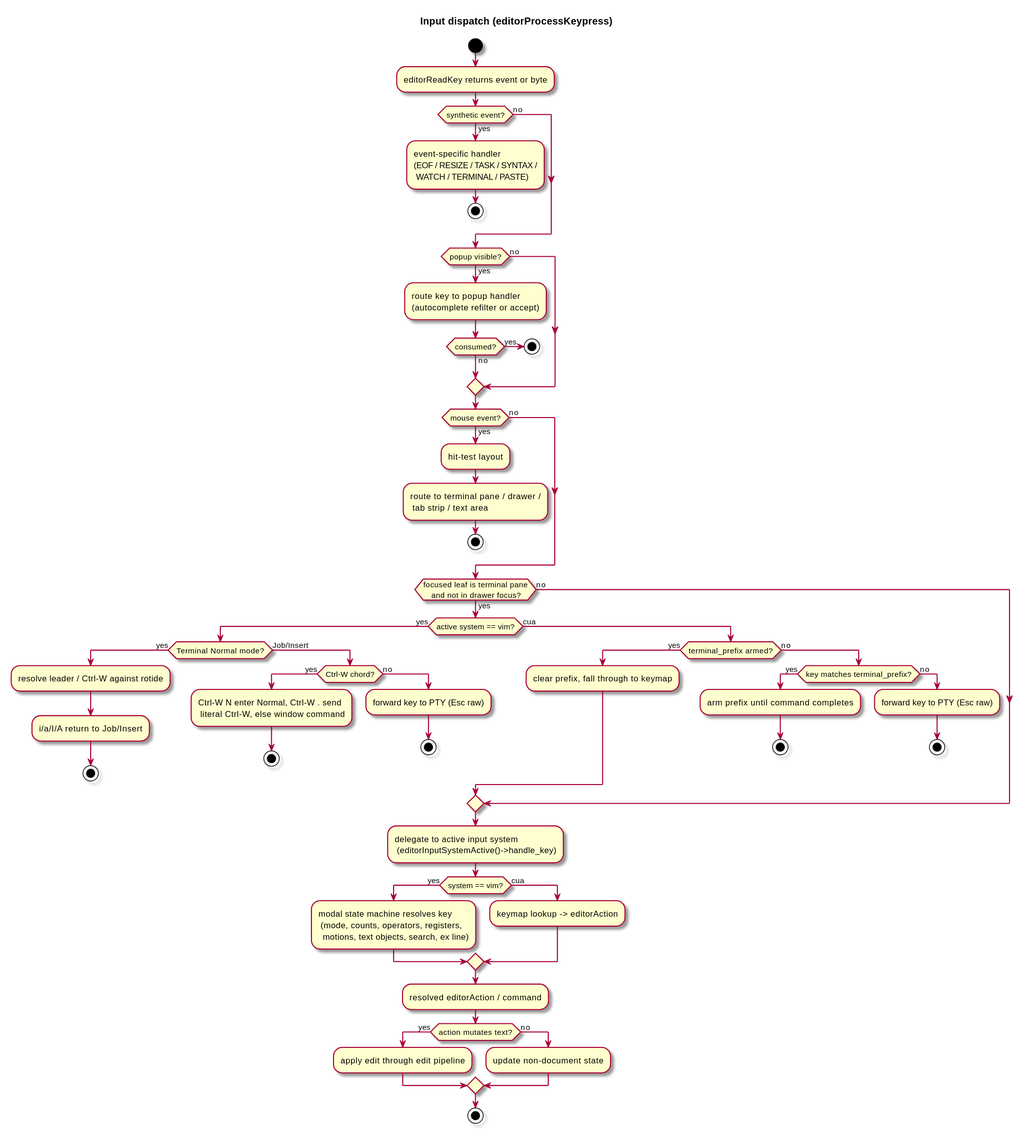
Above: docs/diagrams/svg/action-dispatch.svg in kokkoniemi/rotide (PlantUML), before the change. Its source is kept beside it as docs/diagrams/src/action-dispatch.puml.
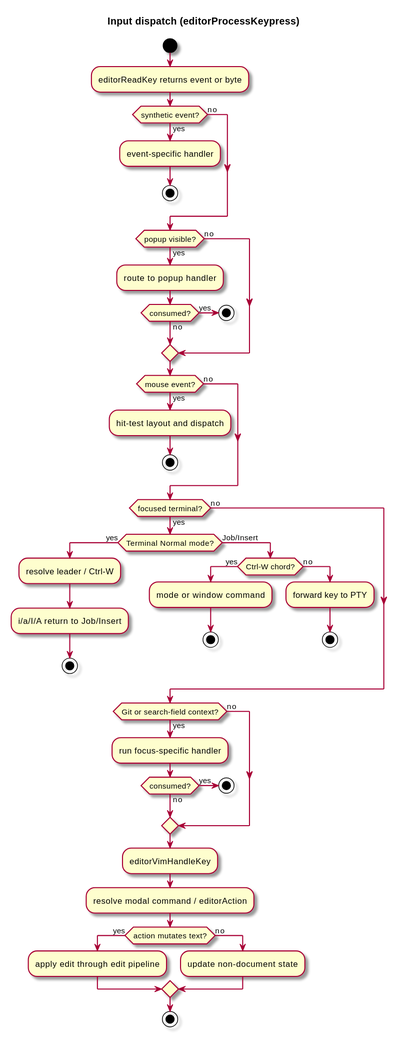
The same diagram one commit later.

Change to the diagram source:
```diff
@@ -6,15 +6,12 @@
 start
 :editorReadKey returns event or byte;
 if (synthetic event?) then (yes)
-  :event-specific handler
-  (EOF / RESIZE / TASK / SYNTAX /
-   WATCH / TERMINAL / PASTE);
+  :event-specific handler;
   stop
 else (no)
 endif
 if (popup visible?) then (yes)
-  :route key to popup handler
-  (autocomplete refilter or accept);
+  :route to popup handler;
   if (consumed?) then (yes)
     stop
   else (no)
@@ -22,54 +19,36 @@
 else (no)
 endif
 if (mouse event?) then (yes)
-  :hit-test layout;
-  :route to terminal pane / drawer /
-   tab strip / text area;
+  :hit-test layout and dispatch;
   stop
 else (no)
 endif
-if (focused leaf is terminal pane
-    and not in drawer focus?) then (yes)
-  if (active system == vim?) then (yes)
-    if (Terminal Normal mode?) then (yes)
-      :resolve leader / Ctrl-W against rotide;
-      :i/a/I/A return to Job/Insert;
+if (focused terminal?) then (yes)
+  if (Terminal Normal mode?) then (yes)
+    :resolve leader / Ctrl-W;
+    :i/a/I/A return to Job/Insert;
+    stop
+  else (Job/Insert)
+    if (Ctrl-W chord?) then (yes)
+      :mode or window command;
       stop
-    else (Job/Insert)
-      if (Ctrl-W chord?) then (yes)
-        :Ctrl-W N enter Normal, Ctrl-W . send
-         literal Ctrl-W, else window command;
-        stop
-      else (no)
-        :forward key to PTY (Esc raw);
-        stop
-      endif
-    endif
-  else (cua)
-    if (terminal_prefix armed?) then (yes)
-      :clear prefix, fall through to keymap;
     else (no)
-      if (key matches terminal_prefix?) then (yes)
-        :arm prefix until command completes;
-        stop
-      else (no)
-        :forward key to PTY (Esc raw);
-        stop
-      endif
+      :forward key to PTY;
+      stop
     endif
   endif
 else (no)
 endif
-:delegate to active input system
- (editorInputSystemActive()->handle_key);
-if (system == vim?) then (yes)
-  :modal state machine resolves key
-   (mode, counts, operators, registers,
-    motions, text objects, search, ex line);
-else (cua)
-  :keymap lookup -> editorAction;
+if (Git or search-field context?) then (yes)
+  :run focus-specific handler;
+  if (consumed?) then (yes)
+    stop
+  else (no)
+  endif
+else (no)
 endif
-:resolved editorAction / command;
+:editorVimHandleKey;
+:resolve modal command / editorAction;
 if (action mutates text?) then (yes)
   :apply edit through edit pipeline;
 else (no)
```
